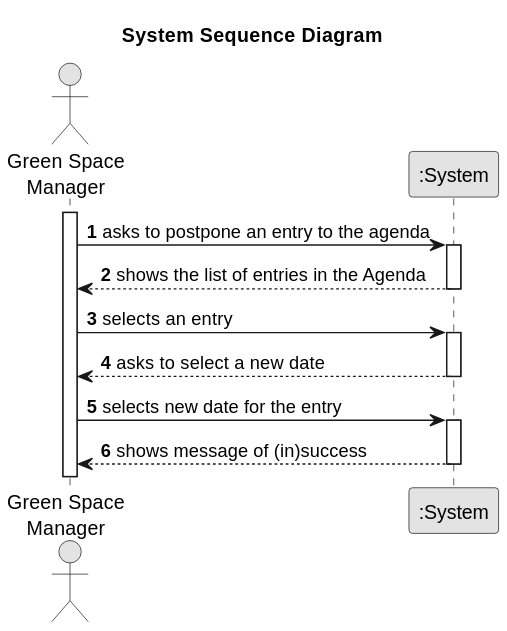
Earlier version of the PlantUML export docs/sprintC/us024/01.requirements-engineering/svg/us024-alternative-one-System_Sequence_Diagram.svg (RicardoMorim/lapr2-ISEP-Project).
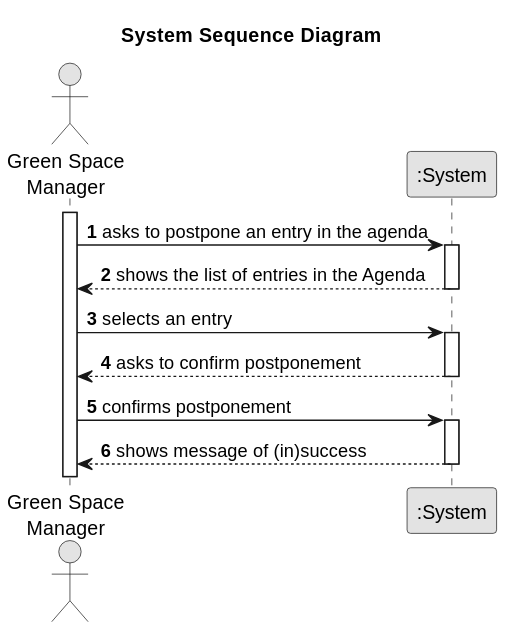
Later version of the same file.

What changed in the source:
```diff
@@ -12,7 +12,7 @@
 
 activate Employee
 
-    Employee -> System : asks to postpone an entry to the agenda
+    Employee -> System : asks to postpone an entry in the agenda
     activate System
 
     System --> Employee : shows the list of entries in the Agenda
@@ -21,10 +21,10 @@
     Employee -> System : selects an entry
     activate System
 
-    System --> Employee : asks to select a new date
+    System --> Employee : asks to confirm postponement
     deactivate System
 
-    Employee -> System : selects new date for the entry
+    Employee -> System : confirms postponement
     activate System
 
     System --> Employee : shows message of (in)success
```
